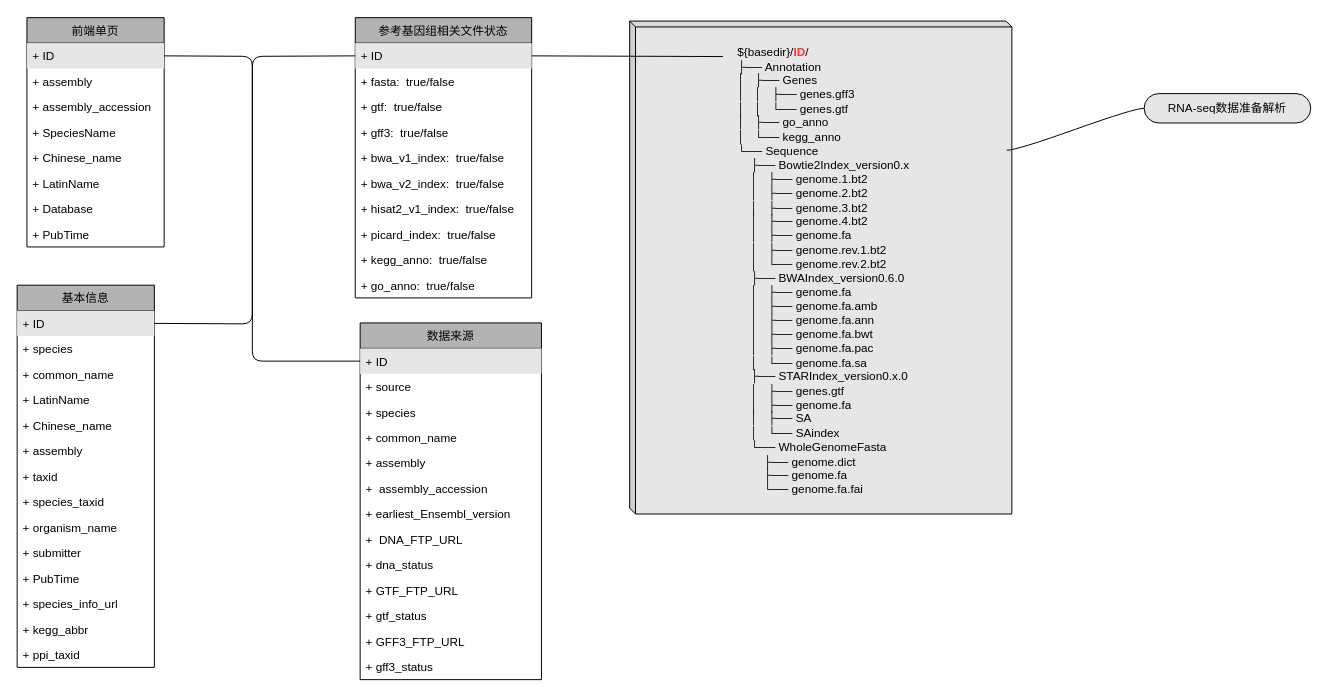
lidanqing123/drawio.picture keeps this draw.io diagram as 参考基因组数据库架构.drawio. Above is the earlier version. Source tidied: cells renumbered, new cells numbered last; positions are measured from the earlier drawing's top-left corner, leaving out a move shared by most shapes. Both pictures are drawn from the tidied source at 98%, with x=0, y=0 at pixel (17, 17).
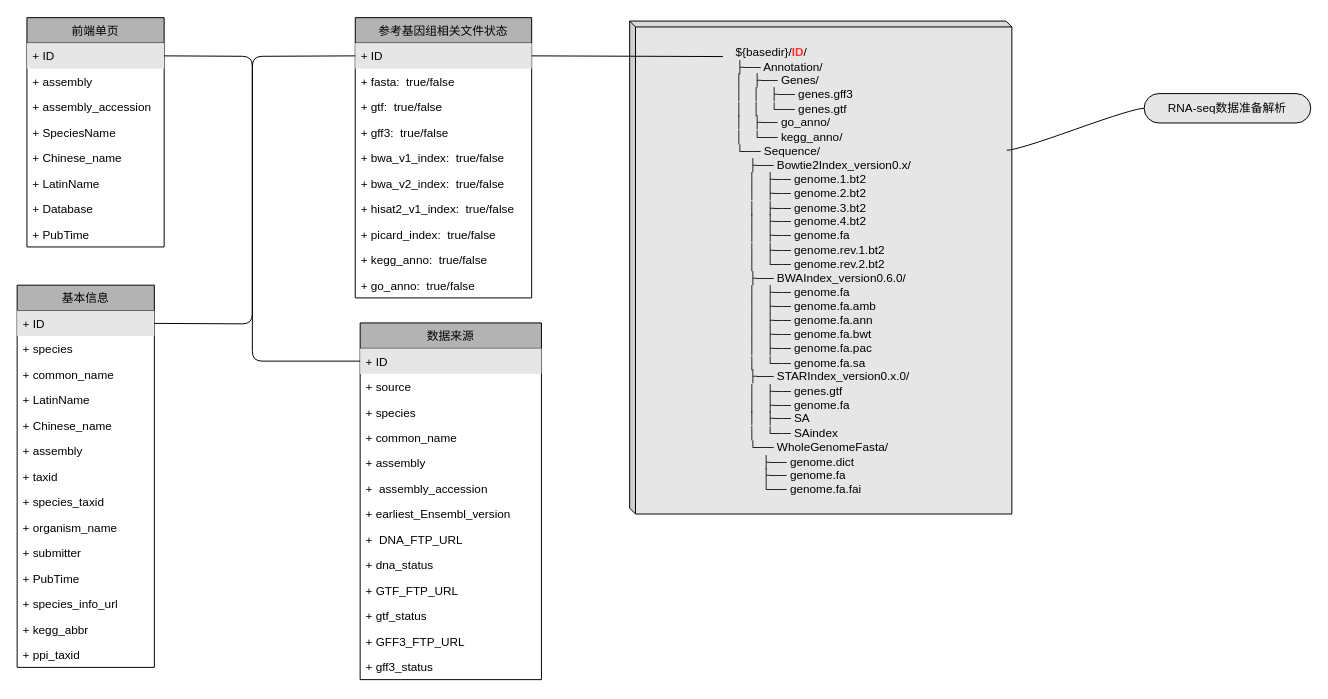
The same page after the edit.

Commit message:
更新参考基因组数据库架构.drawio

Diff of the diagram source:
```diff
@@
-    <mxCell id="51" value="&lt;blockquote&gt;&lt;blockquote&gt;&lt;div align=&quot;left&quot;&gt;${basedir}/&lt;font color=&quot;#FF3333&quot;&gt;&lt;b&gt;ID&lt;/b&gt;&lt;font color=&quot;#000000&quot;&gt;/&lt;/font&gt;&lt;/font&gt;&lt;br&gt;├── Annotation&lt;br&gt;│&amp;nbsp;&amp;nbsp; ├── Genes&lt;br&gt;│&amp;nbsp;&amp;nbsp; │&amp;nbsp;&amp;nbsp; ├── genes.gff3&lt;br&gt;│&amp;nbsp;&amp;nbsp; │&amp;nbsp;&amp;nbsp; └── genes.gtf&lt;br&gt;│&amp;nbsp;&amp;nbsp; ├── go_anno&lt;br&gt;│&amp;nbsp;&amp;nbsp; └── kegg_anno&lt;br&gt;└── Sequence&lt;br&gt;&amp;nbsp;&amp;nbsp;&amp;nbsp; ├── Bowtie2Index_version0.x&lt;br&gt;&amp;nbsp;&amp;nbsp;&amp;nbsp; │&amp;nbsp;&amp;nbsp; ├── genome.1.bt2&lt;br&gt;&amp;nbsp;&amp;nbsp;&amp;nbsp; │&amp;nbsp;&amp;nbsp; ├── genome.2.bt2&lt;br&gt;&amp;nbsp;&amp;nbsp;&amp;nbsp; │&amp;nbsp;&amp;nbsp; ├── genome.3.bt2&lt;br&gt;&amp;nbsp;&amp;nbsp;&amp;nbsp; │&amp;nbsp;&amp;nbsp; ├── genome.4.bt2&lt;br&gt;&amp;nbsp;&amp;nbsp;&amp;nbsp; │&amp;nbsp;&amp;nbsp; ├── genome.fa&lt;br&gt;&amp;nbsp;&amp;nbsp;&amp;nbsp; │&amp;nbsp;&amp;nbsp; ├── genome.rev.1.bt2&lt;br&gt;&amp;nbsp;&amp;nbsp;&amp;nbsp; │&amp;nbsp;&amp;nbsp; └── genome.rev.2.bt2&lt;br&gt;&amp;nbsp;&amp;nbsp;&amp;nbsp; ├── BWAIndex_version0.6.0&lt;br&gt;&amp;nbsp;&amp;nbsp;&amp;nbsp; │&amp;nbsp;&amp;nbsp; ├── genome.fa&lt;br&gt;&amp;nbsp;&amp;nbsp;&amp;nbsp; │&amp;nbsp;&amp;nbsp; ├── genome.fa.amb&lt;br&gt;&amp;nbsp;&amp;nbsp;&amp;nbsp; │&amp;nbsp;&amp;nbsp; ├── genome.fa.ann&lt;br&gt;&amp;nbsp;&amp;nbsp;&amp;nbsp; │&amp;nbsp;&amp;nbsp; ├── genome.fa.bwt&lt;br&gt;&amp;nbsp;&amp;nbsp;&amp;nbsp; │&amp;nbsp;&amp;nbsp; ├── genome.fa.pac&lt;br&gt;&amp;nbsp;&amp;nbsp;&amp;nbsp; │&amp;nbsp;&amp;nbsp; └── genome.fa.sa&lt;br&gt;&amp;nbsp;&amp;nbsp;&amp;nbsp; ├── STARIndex_version0.x.0&lt;br&gt;&amp;nbsp;&amp;nbsp;&amp;nbsp; │&amp;nbsp;&amp;nbsp; ├── genes.gtf&lt;br&gt;&amp;nbsp;&amp;nbsp;&amp;nbsp; │&amp;nbsp;&amp;nbsp; ├── genome.fa&lt;br&gt;&amp;nbsp;&amp;nbsp;&amp;nbsp; │&amp;nbsp;&amp;nbsp; ├── SA&lt;br&gt;&amp;nbsp;&amp;nbsp;&amp;nbsp; │&amp;nbsp;&amp;nbsp; └── SAindex&lt;br&gt;&amp;nbsp;&amp;nbsp;&amp;nbsp; └── WholeGenomeFasta&lt;br&gt;&amp;nbsp;&amp;nbsp;&amp;nbsp;&amp;nbsp;&amp;nbsp;&amp;nbsp;&amp;nbsp; ├── genome.dict&lt;br&gt;&amp;nbsp;&amp;nbsp;&amp;nbsp;&amp;nbsp;&amp;nbsp;&amp;nbsp;&amp;nbsp; ├── genome.fa&lt;br&gt;&amp;nbsp;&amp;nbsp;&amp;nbsp;&amp;nbsp;&amp;nbsp;&amp;nbsp;&amp;nbsp; └── genome.fa.fai&lt;br&gt;&lt;/div&gt;&lt;/blockquote&gt;&lt;/blockquote&gt;" style="shape=cube;whiteSpace=wrap;html=1;boundedLbl=1;backgroundOutline=1;darkOpacity=0.05;darkOpacity2=0.1;fillColor=#E6E6E6;size=6;" parent="1" vertex="1">
+    <mxCell id="51" value="&lt;blockquote&gt;&lt;blockquote&gt;&lt;div align=&quot;left&quot;&gt;${basedir}/&lt;font color=&quot;#FF3333&quot;&gt;&lt;b&gt;ID&lt;/b&gt;&lt;font color=&quot;#000000&quot;&gt;/&lt;/font&gt;&lt;/font&gt;&lt;br&gt;├── Annotation/&lt;br&gt;│&amp;nbsp;&amp;nbsp; ├── Genes/&lt;br&gt;│&amp;nbsp;&amp;nbsp; │&amp;nbsp;&amp;nbsp; ├── genes.gff3&lt;br&gt;│&amp;nbsp;&amp;nbsp; │&amp;nbsp;&amp;nbsp; └── genes.gtf&lt;br&gt;│&amp;nbsp;&amp;nbsp; ├── go_anno/&lt;br&gt;│&amp;nbsp;&amp;nbsp; └── kegg_anno/&lt;br&gt;└── Sequence/&lt;br&gt;&amp;nbsp;&amp;nbsp;&amp;nbsp; ├── Bowtie2Index_version0.x/&lt;br&gt;&amp;nbsp;&amp;nbsp;&amp;nbsp; │&amp;nbsp;&amp;nbsp; ├── genome.1.bt2&lt;br&gt;&amp;nbsp;&amp;nbsp;&amp;nbsp; │&amp;nbsp;&amp;nbsp; ├── genome.2.bt2&lt;br&gt;&amp;nbsp;&amp;nbsp;&amp;nbsp; │&amp;nbsp;&amp;nbsp; ├── genome.3.bt2&lt;br&gt;&amp;nbsp;&amp;nbsp;&amp;nbsp; │&amp;nbsp;&amp;nbsp; ├── genome.4.bt2&lt;br&gt;&amp;nbsp;&amp;nbsp;&amp;nbsp; │&amp;nbsp;&amp;nbsp; ├── genome.fa&lt;br&gt;&amp;nbsp;&amp;nbsp;&amp;nbsp; │&amp;nbsp;&amp;nbsp; ├── genome.rev.1.bt2&lt;br&gt;&amp;nbsp;&amp;nbsp;&amp;nbsp; │&amp;nbsp;&amp;nbsp; └── genome.rev.2.bt2&lt;br&gt;&amp;nbsp;&amp;nbsp;&amp;nbsp; ├── BWAIndex_version0.6.0/&lt;br&gt;&amp;nbsp;&amp;nbsp;&amp;nbsp; │&amp;nbsp;&amp;nbsp; ├── genome.fa&lt;br&gt;&amp;nbsp;&amp;nbsp;&amp;nbsp; │&amp;nbsp;&amp;nbsp; ├── genome.fa.amb&lt;br&gt;&amp;nbsp;&amp;nbsp;&amp;nbsp; │&amp;nbsp;&amp;nbsp; ├── genome.fa.ann&lt;br&gt;&amp;nbsp;&amp;nbsp;&amp;nbsp; │&amp;nbsp;&amp;nbsp; ├── genome.fa.bwt&lt;br&gt;&amp;nbsp;&amp;nbsp;&amp;nbsp; │&amp;nbsp;&amp;nbsp; ├── genome.fa.pac&lt;br&gt;&amp;nbsp;&amp;nbsp;&amp;nbsp; │&amp;nbsp;&amp;nbsp; └── genome.fa.sa&lt;br&gt;&amp;nbsp;&amp;nbsp;&amp;nbsp; ├── STARIndex_version0.x.0/&lt;br&gt;&amp;nbsp;&amp;nbsp;&amp;nbsp; │&amp;nbsp;&amp;nbsp; ├── genes.gtf&lt;br&gt;&amp;nbsp;&amp;nbsp;&amp;nbsp; │&amp;nbsp;&amp;nbsp; ├── genome.fa&lt;br&gt;&amp;nbsp;&amp;nbsp;&amp;nbsp; │&amp;nbsp;&amp;nbsp; ├── SA&lt;br&gt;&amp;nbsp;&amp;nbsp;&amp;nbsp; │&amp;nbsp;&amp;nbsp; └── SAindex&lt;br&gt;&amp;nbsp;&amp;nbsp;&amp;nbsp; └── WholeGenomeFasta/&lt;br&gt;&amp;nbsp;&amp;nbsp;&amp;nbsp;&amp;nbsp;&amp;nbsp;&amp;nbsp;&amp;nbsp; ├── genome.dict&lt;br&gt;&amp;nbsp;&amp;nbsp;&amp;nbsp;&amp;nbsp;&amp;nbsp;&amp;nbsp;&amp;nbsp; ├── genome.fa&lt;br&gt;&amp;nbsp;&amp;nbsp;&amp;nbsp;&amp;nbsp;&amp;nbsp;&amp;nbsp;&amp;nbsp; └── genome.fa.fai&lt;br&gt;&lt;/div&gt;&lt;/blockquote&gt;&lt;/blockquote&gt;" style="shape=cube;whiteSpace=wrap;html=1;boundedLbl=1;backgroundOutline=1;darkOpacity=0.05;darkOpacity2=0.1;fillColor=#E6E6E6;size=6;" parent="1" vertex="1">
       <mxGeometry x="625" y="4" width="390" height="503" as="geometry" />
     </mxCell>
```
